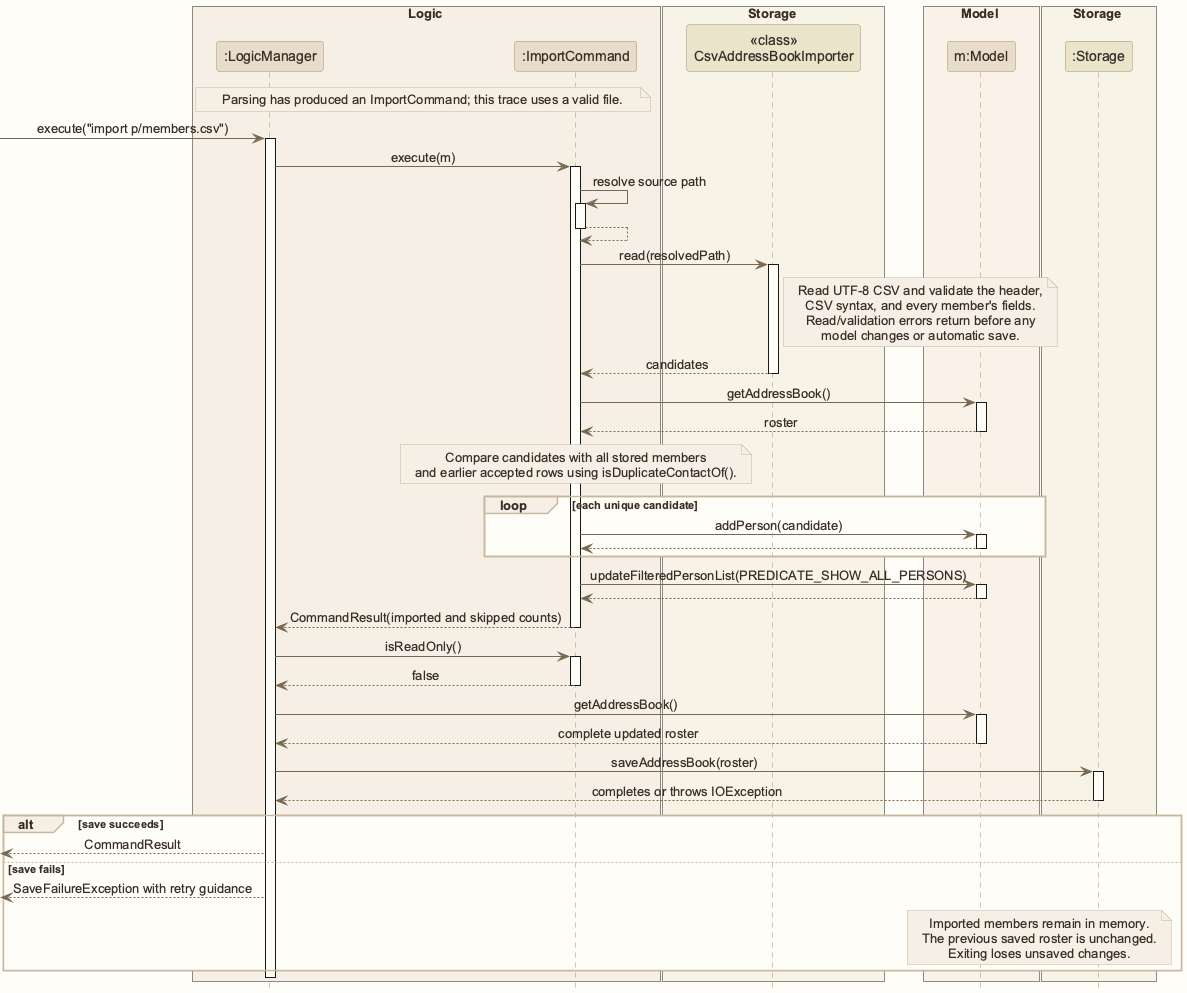
Above: images/CsvImportSequenceDiagram.png in AY2627S1-CS2103T-W12-1/tp (PlantUML), before the change.
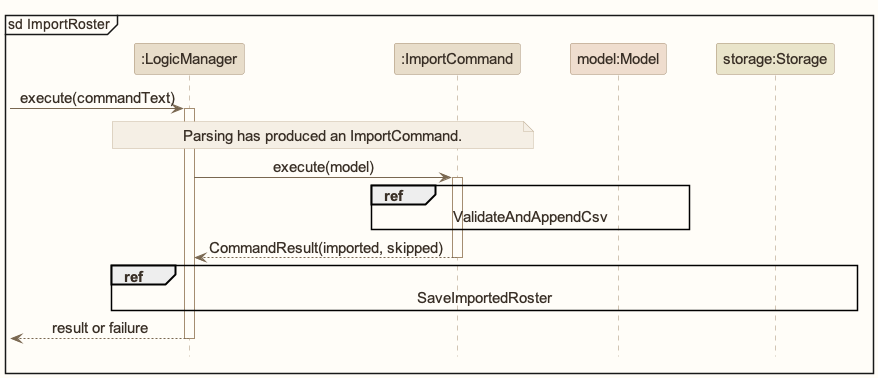
The same file after the commit.

Change to the diagram source:
```diff
@@ -1,78 +1,21 @@
 @startuml
 !include style.puml
 skinparam ArrowFontStyle plain
-
-box Logic LOGIC_COLOR_T1
+skinparam DefaultFontSize 15
+mainframe sd ImportRoster
 participant ":LogicManager" as Logic LOGIC_COLOR
 participant ":ImportCommand" as Command LOGIC_COLOR
-end box
-box Storage STORAGE_COLOR_T1
-participant "<<class>>\nCsvAddressBookImporter" as Importer STORAGE_COLOR
-end box
-box Model MODEL_COLOR_T1
-participant "m:Model" as Model MODEL_COLOR
-end box
-box Storage STORAGE_COLOR_T1
-participant ":Storage" as Storage STORAGE_COLOR
-end box
-
-note over Logic, Command: Parsing has produced an ImportCommand; this trace uses a valid file.
-[-> Logic : execute("import p/members.csv")
+participant "model:Model" as Model MODEL_COLOR
+participant "storage:Storage" as Storage STORAGE_COLOR
+[-> Logic : execute(commandText)
 activate Logic
-Logic -> Command : execute(m)
+note over Logic,Command : Parsing has produced an ImportCommand.
+Logic -> Command : execute(model)
 activate Command
-Command -> Command : resolve source path
-activate Command
-Command --> Command
+ref over Command,Model : ValidateAndAppendCsv
+Command --> Logic : CommandResult(imported, skipped)
 deactivate Command
-Command -> Importer : read(resolvedPath)
-activate Importer
-note right of Importer
-Read UTF-8 CSV and validate the header,
-CSV syntax, and every member's fields.
-Read/validation errors return before any
-model changes or automatic save.
-end note
-Importer --> Command : candidates
-deactivate Importer
-Command -> Model : getAddressBook()
-activate Model
-Model --> Command : roster
-deactivate Model
-note over Command: Compare candidates with all stored members\nand earlier accepted rows using isDuplicateContactOf().
-loop each unique candidate
-    Command -> Model : addPerson(candidate)
-    activate Model
-    Model --> Command
-    deactivate Model
-end
-Command -> Model : updateFilteredPersonList(PREDICATE_SHOW_ALL_PERSONS)
-activate Model
-Model --> Command
-deactivate Model
-Command --> Logic : CommandResult(imported and skipped counts)
-deactivate Command
-Logic -> Command : isReadOnly()
-activate Command
-Command --> Logic : false
-deactivate Command
-Logic -> Model : getAddressBook()
-activate Model
-Model --> Logic : complete updated roster
-deactivate Model
-Logic -> Storage : saveAddressBook(roster)
-activate Storage
-Storage --> Logic : completes or throws IOException
-deactivate Storage
-alt save succeeds
-    [<-- Logic : CommandResult
-else save fails
-    [<-- Logic : SaveFailureException with retry guidance
-    note over Model, Storage
-    Imported members remain in memory.
-    The previous saved roster is unchanged.
-    Exiting loses unsaved changes.
-    end note
-end
+ref over Logic,Storage : SaveImportedRoster
+Logic -->[ : result or failure
 deactivate Logic
 @enduml
```
